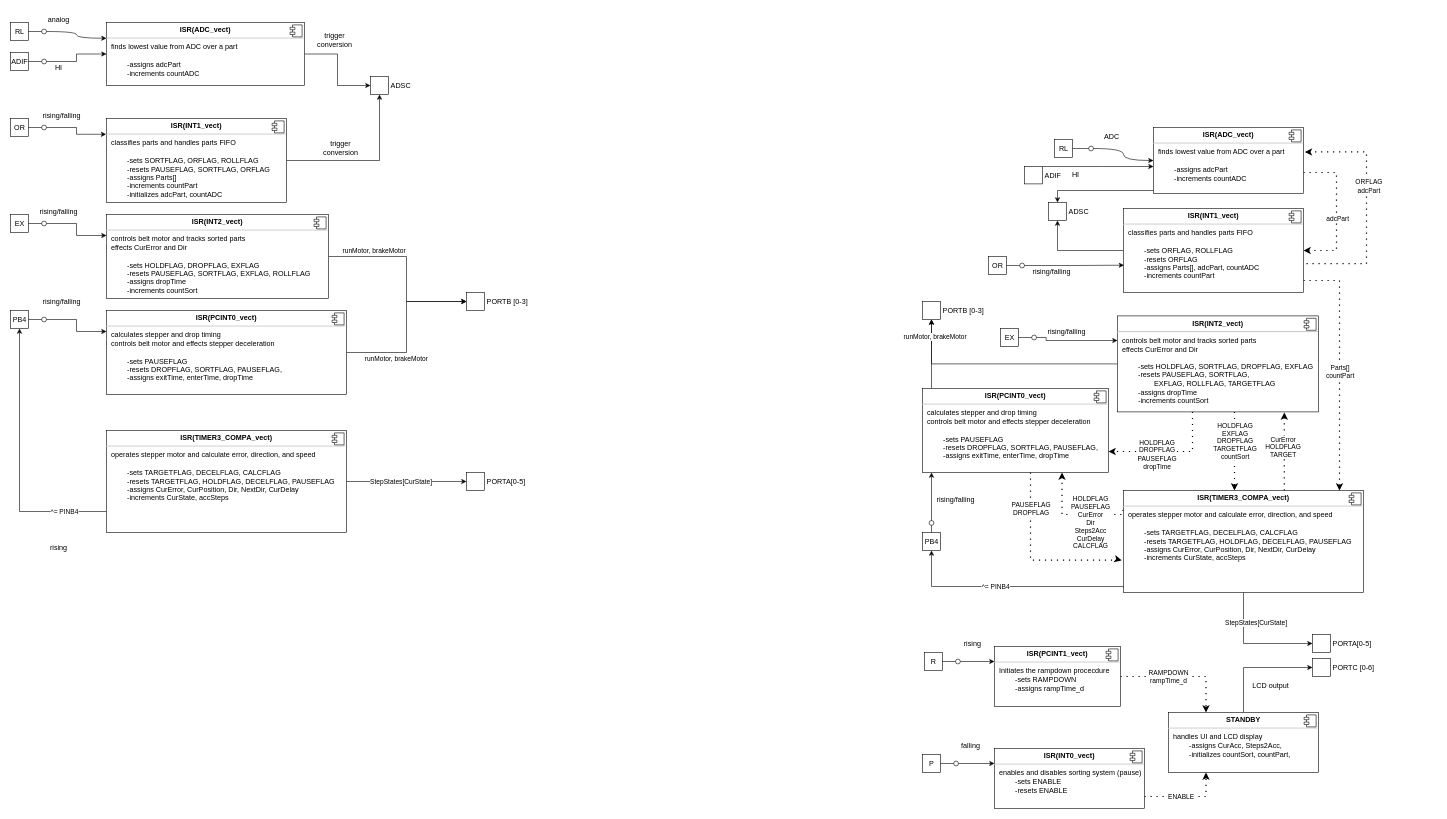
Above: docs/SystemBlockDiagram.drawio in ebertmx/Automated_Sorting_Machine (draw.io), before the change. Source tidied: cells renumbered, new cells numbered last; positions are measured from the earlier drawing's top-left corner, leaving out a move shared by most shapes. Both pictures are drawn from the tidied source at 60%, with x=0, y=0 at pixel (10, 10).
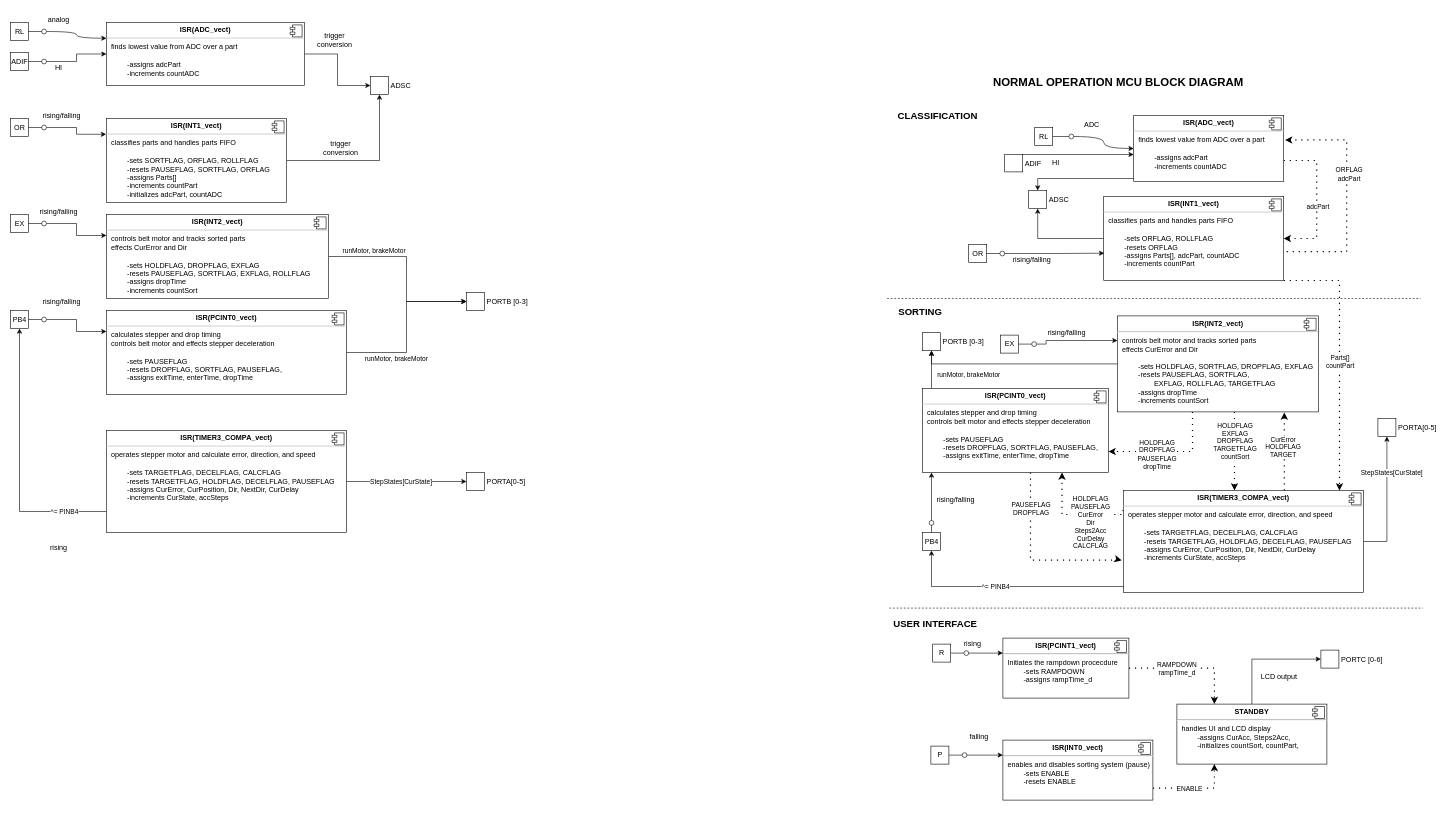
The same page after the edit.

The change refers to these unchanged cells:
```xml
<mxCell id="104" value="&lt;p style=&quot;margin:0px;margin-top:6px;text-align:center;&quot;&gt;&lt;b&gt;ISR(TIMER3_COMPA_vect)&lt;/b&gt;&lt;br&gt;&lt;/p&gt;&lt;hr&gt;&lt;p style=&quot;margin:0px;margin-left:8px;&quot;&gt;operates stepper motor and calculate error, direction, and speed&lt;/p&gt;&lt;p style=&quot;margin:0px;margin-left:8px;&quot;&gt;&lt;br&gt;&lt;/p&gt;&lt;p style=&quot;margin:0px;margin-left:8px;&quot;&gt;&lt;span style=&quot;white-space: pre;&quot;&gt;&#9;&lt;/span&gt;-sets TARGETFLAG, DECELFLAG, CALCFLAG&lt;br&gt;&lt;/p&gt;&lt;p style=&quot;margin:0px;margin-left:8px;&quot;&gt;&lt;span style=&quot;white-space: pre;&quot;&gt;&#9;&lt;/span&gt;-resets TARGETFLAG, HOLDFLAG, DECELFLAG, PAUSEFLAG&lt;br&gt;&lt;/p&gt;&lt;p style=&quot;margin:0px;margin-left:8px;&quot;&gt;&lt;span style=&quot;white-space: pre;&quot;&gt;&#9;&lt;/span&gt;-assigns CurError, CurPosition, Dir, NextDir, CurDelay&lt;br&gt;&lt;/p&gt;&lt;p style=&quot;margin:0px;margin-left:8px;&quot;&gt;&lt;span style=&quot;white-space: pre;&quot;&gt;&#9;&lt;/span&gt;-increments CurState, accSteps&lt;br&gt;&lt;/p&gt;" style="align=left;overflow=fill;html=1;" parent="1" vertex="1">
  <mxGeometry x="1855" y="800" width="400" height="170" as="geometry" />
</mxCell>
<mxCell id="107" style="edgeStyle=orthogonalEdgeStyle;rounded=0;jettySize=auto;html=1;entryX=0.5;entryY=1;entryDx=0;entryDy=0;" parent="1" edge="1" source="111" target="106">
  <mxGeometry relative="1" as="geometry">
    <Array as="points">
      <mxPoint x="1535" y="570" />
      <mxPoint x="1535" y="570" />
    </Array>
  </mxGeometry>
</mxCell>
```

Diff of the diagram source:
```diff
@@
     <mxCell id="14" style="group;rotation=0;" parent="1" vertex="1">
-      <mxGeometry x="1520" y="1240" width="60" height="30" as="geometry" />
+      <mxGeometry x="1534" y="1226" width="60" height="30" as="geometry" />
     </mxCell>
@@
     <mxCell id="18" style="group;rotation=0;" parent="1" vertex="1">
-      <mxGeometry x="1523" y="1070" width="60" height="30" as="geometry" />
+      <mxGeometry x="1537" y="1056" width="60" height="30" as="geometry" />
     </mxCell>
@@
     <mxCell id="37" value="&lt;p style=&quot;margin:0px;margin-top:6px;text-align:center;&quot;&gt;&lt;b&gt;ISR(PCINT1_vect)&lt;/b&gt;&lt;/p&gt;&lt;hr&gt;&lt;p style=&quot;margin:0px;margin-left:8px;&quot;&gt;Initiates the rampdown procecdure&lt;/p&gt;&lt;p style=&quot;margin:0px;margin-left:8px;&quot;&gt;&lt;span style=&quot;white-space: pre;&quot;&gt;&#9;&lt;/span&gt;-sets RAMPDOWN&lt;/p&gt;&lt;p style=&quot;margin:0px;margin-left:8px;&quot;&gt;&lt;span style=&quot;white-space: pre;&quot;&gt;&#9;&lt;/span&gt;-assigns rampTime_d&lt;br&gt;&lt;/p&gt;" style="align=left;overflow=fill;html=1;" parent="1" vertex="1">
-      <mxGeometry x="1640" y="1060" width="210" height="100" as="geometry" />
+      <mxGeometry x="1654" y="1046" width="210" height="100" as="geometry" />
     </mxCell>
@@
     <mxCell id="40" style="edgeStyle=orthogonalEdgeStyle;rounded=0;jettySize=auto;html=1;entryX=0.25;entryY=1;entryDx=0;entryDy=0;dashed=1;dashPattern=1 4;strokeWidth=2;" parent="1" edge="1" source="42" target="46">
       <mxGeometry relative="1" as="geometry">
         <Array as="points">
-          <mxPoint x="1993" y="1310" />
+          <mxPoint x="2007" y="1296" />
         </Array>
       </mxGeometry>
     </mxCell>
@@
     <mxCell id="42" value="&lt;p style=&quot;margin:0px;margin-top:6px;text-align:center;&quot;&gt;&lt;b&gt;ISR(INT0_vect)&lt;/b&gt;&lt;/p&gt;&lt;hr&gt;&lt;p style=&quot;margin:0px;margin-left:8px;&quot;&gt;enables and disables sorting system (pause)&lt;/p&gt;&lt;p style=&quot;margin:0px;margin-left:8px;&quot;&gt;&lt;span style=&quot;white-space: pre;&quot;&gt;&#9;&lt;/span&gt;-sets ENABLE&lt;/p&gt;&lt;p style=&quot;margin:0px;margin-left:8px;&quot;&gt;&lt;span style=&quot;white-space: pre;&quot;&gt;&#9;&lt;/span&gt;-resets ENABLE&lt;/p&gt;&lt;p style=&quot;margin:0px;margin-left:8px;&quot;&gt;&lt;br&gt;&lt;/p&gt;" style="align=left;overflow=fill;html=1;" parent="1" vertex="1">
-      <mxGeometry x="1640" y="1230" width="250" height="100" as="geometry" />
+      <mxGeometry x="1654" y="1216" width="250" height="100" as="geometry" />
     </mxCell>
@@
     <mxCell id="46" value="&lt;p style=&quot;margin:0px;margin-top:6px;text-align:center;&quot;&gt;&lt;b&gt;STANDBY&lt;/b&gt;&lt;/p&gt;&lt;hr&gt;&lt;p style=&quot;margin:0px;margin-left:8px;&quot;&gt;handles UI and LCD display&lt;/p&gt;&lt;p style=&quot;margin:0px;margin-left:8px;&quot;&gt;&lt;span style=&quot;white-space: pre;&quot;&gt;&#9;&lt;/span&gt;-assigns CurAcc, Steps2Acc,&amp;nbsp;&lt;br&gt;&lt;/p&gt;&lt;p style=&quot;margin:0px;margin-left:8px;&quot;&gt;&lt;span style=&quot;white-space: pre;&quot;&gt;&#9;&lt;/span&gt;-initializes countSort, countPart,&amp;nbsp;&lt;br&gt;&lt;/p&gt;" style="align=left;overflow=fill;html=1;" parent="1" vertex="1">
-      <mxGeometry x="1930" y="1170" width="250" height="100" as="geometry" />
+      <mxGeometry x="1944" y="1156" width="250" height="100" as="geometry" />
     </mxCell>
@@
     <mxCell id="70" value="falling" style="text;html=1;align=center;verticalAlign=middle;strokeColor=none;fillColor=none;" parent="1" vertex="1">
-      <mxGeometry x="1575" y="1210" width="50" height="30" as="geometry" />
+      <mxGeometry x="1589" y="1196" width="50" height="30" as="geometry" />
     </mxCell>
@@
     <mxCell id="81" value="PORTC [0-6]" style="fontStyle=0;labelPosition=right;verticalLabelPosition=middle;align=left;verticalAlign=middle;spacingLeft=2;" parent="1" vertex="1">
-      <mxGeometry x="2170" y="1080" width="30" height="30" as="geometry" />
+      <mxGeometry x="2184" y="1066" width="30" height="30" as="geometry" />
     </mxCell>
     <mxCell id="82" value="LCD output" style="text;html=1;align=center;verticalAlign=middle;strokeColor=none;fillColor=none;" parent="1" vertex="1">
-      <mxGeometry x="2060" y="1110" width="80" height="30" as="geometry" />
+      <mxGeometry x="2074" y="1096" width="80" height="30" as="geometry" />
     </mxCell>
     <mxCell id="83" style="group;" parent="1" vertex="1">
-      <mxGeometry x="1650" y="530" width="60" height="30" as="geometry" />
+      <mxGeometry x="1650" y="541" width="60" height="30" as="geometry" />
     </mxCell>
@@
     <mxCell id="95" value="PORTA[0-5]" style="fontStyle=0;labelPosition=right;verticalLabelPosition=middle;align=left;verticalAlign=middle;spacingLeft=2;" parent="1" vertex="1">
-      <mxGeometry x="2170" y="1040" width="30" height="30" as="geometry" />
+      <mxGeometry x="2279" y="680" width="30" height="30" as="geometry" />
     </mxCell>
-    <mxCell id="96" style="edgeStyle=orthogonalEdgeStyle;rounded=0;jettySize=auto;html=1;entryX=0;entryY=0.5;entryDx=0;entryDy=0;" parent="1" edge="1" source="104" target="95">
-      <mxGeometry relative="1" as="geometry" />
+    <mxCell id="96" style="edgeStyle=orthogonalEdgeStyle;rounded=0;jettySize=auto;html=1;entryX=0.5;entryY=1;entryDx=0;entryDy=0;" parent="1" edge="1" source="104" target="95">
+      <mxGeometry relative="1" as="geometry">
+        <Array as="points">
+          <mxPoint x="2294" y="885" />
+        </Array>
+      </mxGeometry>
     </mxCell>
     <mxCell id="97" value="StepStates[CurState]" style="edgeLabel;html=1;align=center;verticalAlign=middle;" parent="96" vertex="1">
       <mxGeometry x="-0.27" y="3" relative="1" as="geometry">
-        <mxPoint x="17" y="-23" as="offset" />
+        <mxPoint x="10" y="-76" as="offset" />
       </mxGeometry>
     </mxCell>
@@
     <mxCell id="106" value="PORTB [0-3]" style="fontStyle=0;labelPosition=right;verticalLabelPosition=middle;align=left;verticalAlign=middle;spacingLeft=2;rotation=0;" parent="1" vertex="1">
-      <mxGeometry x="1520" y="485" width="30" height="30" as="geometry" />
+      <mxGeometry x="1520" y="537" width="30" height="30" as="geometry" />
     </mxCell>
@@
     <mxCell id="108" value="runMotor, brakeMotor" style="edgeLabel;html=1;align=center;verticalAlign=middle;" parent="107" vertex="1">
       <mxGeometry x="-0.41" y="-1" relative="1" as="geometry">
-        <mxPoint x="4" y="-53" as="offset" />
+        <mxPoint x="60" y="-5" as="offset" />
       </mxGeometry>
     </mxCell>
@@
     <mxCell id="117" value="rising/falling" style="text;html=1;align=center;verticalAlign=middle;strokeColor=none;fillColor=none;" parent="1" vertex="1">
-      <mxGeometry x="1715" y="520" width="90" height="30" as="geometry" />
+      <mxGeometry x="1715" y="523" width="90" height="30" as="geometry" />
     </mxCell>
     <mxCell id="118" style="group;" parent="1" vertex="1">
-      <mxGeometry x="1630" y="410" width="60" height="30" as="geometry" />
+      <mxGeometry x="1597" y="390" width="60" height="30" as="geometry" />
     </mxCell>
@@
     <mxCell id="122" style="group;" parent="1" vertex="1">
-      <mxGeometry x="1745" y="215" width="60" height="30" as="geometry" />
+      <mxGeometry x="1712" y="195" width="60" height="30" as="geometry" />
     </mxCell>
@@
     <mxCell id="124" style="edgeStyle=orthogonalEdgeStyle;rounded=0;jettySize=auto;html=1;entryX=1.009;entryY=0.37;entryDx=0;entryDy=0;entryPerimeter=0;strokeWidth=2;dashed=1;dashPattern=1 4;" parent="1" edge="1" target="135">
       <mxGeometry relative="1" as="geometry">
-        <mxPoint x="2150" y="422" as="sourcePoint" />
+        <mxPoint x="2117" y="402" as="sourcePoint" />
         <Array as="points">
-          <mxPoint x="2260" y="422" />
-          <mxPoint x="2260" y="236" />
+          <mxPoint x="2227" y="402" />
+          <mxPoint x="2227" y="216" />
         </Array>
       </mxGeometry>
     </mxCell>
@@
     <mxCell id="129" value="&lt;p style=&quot;margin:0px;margin-top:6px;text-align:center;&quot;&gt;&lt;b&gt;ISR(INT1_vect)&lt;/b&gt;&lt;/p&gt;&lt;hr&gt;&lt;p style=&quot;margin:0px;margin-left:8px;&quot;&gt;classifies parts and handles parts FIFO&lt;/p&gt;&lt;p style=&quot;margin:0px;margin-left:8px;&quot;&gt;&lt;br&gt;&lt;/p&gt;&lt;p style=&quot;margin:0px;margin-left:8px;&quot;&gt;&lt;span style=&quot;background-color: initial;&quot;&gt;&#9;&lt;/span&gt;&lt;span style=&quot;background-color: initial;&quot;&gt;&lt;span style=&quot;white-space: pre;&quot;&gt;&#9;&lt;/span&gt;-sets ORFLAG, ROLLFLAG&lt;/span&gt;&lt;br&gt;&lt;/p&gt;&lt;p style=&quot;margin:0px;margin-left:8px;&quot;&gt;&lt;span style=&quot;background-color: initial;&quot;&gt;&lt;span style=&quot;&quot;&gt;&#9;&lt;/span&gt;&lt;span style=&quot;white-space: pre;&quot;&gt;&#9;&lt;/span&gt;-resets ORFLAG&lt;br&gt;&lt;/span&gt;&lt;/p&gt;&lt;p style=&quot;margin:0px;margin-left:8px;&quot;&gt;&lt;span style=&quot;background-color: initial;&quot;&gt;&lt;span style=&quot;&quot;&gt;&#9;&lt;/span&gt;&lt;span style=&quot;white-space: pre;&quot;&gt;&#9;&lt;/span&gt;-assigns Parts[], adcPart, countADC&lt;br&gt;&lt;/span&gt;&lt;/p&gt;&lt;p style=&quot;margin:0px;margin-left:8px;&quot;&gt;&lt;span style=&quot;background-color: initial;&quot;&gt;&lt;span style=&quot;&quot;&gt;&#9;&lt;/span&gt;&lt;span style=&quot;white-space: pre;&quot;&gt;&#9;&lt;/span&gt;-increments countPart&lt;/span&gt;&lt;/p&gt;" style="align=left;overflow=fill;html=1;" parent="1" vertex="1">
-      <mxGeometry x="1855" y="330" width="300" height="140" as="geometry" />
+      <mxGeometry x="1822" y="310" width="300" height="140" as="geometry" />
     </mxCell>
@@
     <mxCell id="132" style="edgeStyle=orthogonalEdgeStyle;rounded=0;jettySize=auto;html=1;entryX=1;entryY=0.5;entryDx=0;entryDy=0;strokeWidth=2;dashed=1;dashPattern=1 4;" parent="1" edge="1" source="135" target="129">
       <mxGeometry relative="1" as="geometry">
         <Array as="points">
-          <mxPoint x="2210" y="270" />
-          <mxPoint x="2210" y="400" />
+          <mxPoint x="2177" y="250" />
+          <mxPoint x="2177" y="380" />
         </Array>
       </mxGeometry>
     </mxCell>
@@
     <mxCell id="134" style="edgeStyle=orthogonalEdgeStyle;rounded=0;jettySize=auto;html=1;entryX=0.5;entryY=0;entryDx=0;entryDy=0;strokeWidth=1;" parent="1" edge="1" source="135" target="140">
       <mxGeometry relative="1" as="geometry">
         <Array as="points">
-          <mxPoint x="1745" y="300" />
+          <mxPoint x="1712" y="280" />
         </Array>
       </mxGeometry>
     </mxCell>
     <mxCell id="135" value="&lt;p style=&quot;margin:0px;margin-top:6px;text-align:center;&quot;&gt;&lt;b&gt;ISR(ADC_vect)&lt;/b&gt;&lt;/p&gt;&lt;hr&gt;&lt;p style=&quot;margin:0px;margin-left:8px;&quot;&gt;finds lowest value from ADC over a part&lt;/p&gt;&lt;p style=&quot;margin:0px;margin-left:8px;&quot;&gt;&lt;br&gt;&lt;/p&gt;&lt;p style=&quot;margin:0px;margin-left:8px;&quot;&gt;&lt;span style=&quot;background-color: initial;&quot;&gt;&lt;span style=&quot;white-space: pre;&quot;&gt;&#9;&lt;/span&gt;-assigns adcPart&lt;br&gt;&lt;/span&gt;&lt;/p&gt;&lt;p style=&quot;margin:0px;margin-left:8px;&quot;&gt;&lt;span style=&quot;background-color: initial;&quot;&gt;&lt;span style=&quot;white-space: pre;&quot;&gt;&#9;&lt;/span&gt;-increments countADC&lt;br&gt;&lt;/span&gt;&lt;/p&gt;&lt;p style=&quot;margin:0px;margin-left:8px;&quot;&gt;&lt;span style=&quot;background-color: initial;&quot;&gt;&lt;br&gt;&lt;/span&gt;&lt;/p&gt;" style="align=left;overflow=fill;html=1;" parent="1" vertex="1">
-      <mxGeometry x="1905" y="195" width="250" height="110" as="geometry" />
+      <mxGeometry x="1872" y="175" width="250" height="110" as="geometry" />
     </mxCell>
@@
     <mxCell id="138" value="rising/falling" style="text;html=1;align=center;verticalAlign=middle;strokeColor=none;fillColor=none;" parent="1" vertex="1">
-      <mxGeometry x="1690" y="420" width="90" height="30" as="geometry" />
+      <mxGeometry x="1657" y="400" width="90" height="30" as="geometry" />
     </mxCell>
     <mxCell id="139" value="ADC" style="text;html=1;align=center;verticalAlign=middle;strokeColor=none;fillColor=none;" parent="1" vertex="1">
-      <mxGeometry x="1810" y="195" width="50" height="30" as="geometry" />
+      <mxGeometry x="1777" y="175" width="50" height="30" as="geometry" />
     </mxCell>
     <mxCell id="140" value="ADSC" style="fontStyle=0;labelPosition=right;verticalLabelPosition=middle;align=left;verticalAlign=middle;spacingLeft=2;" parent="1" vertex="1">
-      <mxGeometry x="1730" y="320" width="30" height="30" as="geometry" />
+      <mxGeometry x="1697" y="300" width="30" height="30" as="geometry" />
     </mxCell>
     <mxCell id="141" value="HI" style="text;html=1;align=center;verticalAlign=middle;strokeColor=none;fillColor=none;" parent="1" vertex="1">
-      <mxGeometry x="1755" y="259" width="40" height="30" as="geometry" />
+      <mxGeometry x="1722" y="239" width="40" height="30" as="geometry" />
     </mxCell>
@@
     <mxCell id="143" style="edgeStyle=orthogonalEdgeStyle;rounded=0;jettySize=auto;html=1;strokeWidth=1;" parent="1" edge="1" source="144" target="135">
       <mxGeometry relative="1" as="geometry">
         <Array as="points">
-          <mxPoint x="1820" y="260" />
-          <mxPoint x="1820" y="260" />
+          <mxPoint x="1787" y="240" />
+          <mxPoint x="1787" y="240" />
         </Array>
       </mxGeometry>
     </mxCell>
     <mxCell id="144" value="ADIF" style="fontStyle=0;labelPosition=right;verticalLabelPosition=middle;align=left;verticalAlign=middle;spacingLeft=2;" parent="1" vertex="1">
-      <mxGeometry x="1690" y="260" width="30" height="29" as="geometry" />
+      <mxGeometry x="1657" y="240" width="30" height="29" as="geometry" />
     </mxCell>
     <mxCell id="145" value="RL" style="html=1;rounded=0;" parent="1" vertex="1">
-      <mxGeometry x="1740" y="215" width="30" height="30" as="geometry" />
+      <mxGeometry x="1707" y="195" width="30" height="30" as="geometry" />
     </mxCell>
@@
+    <mxCell id="148" style="endArrow=none;dashed=1;html=1;rounded=0;" parent="1" edge="1">
+      <mxGeometry relative="1" as="geometry">
+        <mxPoint x="1461" y="480" as="sourcePoint" />
+        <mxPoint x="2350" y="480" as="targetPoint" />
+      </mxGeometry>
+    </mxCell>
+    <mxCell id="149" style="endArrow=none;dashed=1;html=1;rounded=0;" parent="1" edge="1">
+      <mxGeometry relative="1" as="geometry">
+        <mxPoint x="1465" y="996" as="sourcePoint" />
+        <mxPoint x="2354" y="996" as="targetPoint" />
+      </mxGeometry>
+    </mxCell>
+    <mxCell id="150" value="&lt;font style=&quot;font-size: 16px;&quot;&gt;&lt;b&gt;CLASSIFICATION&lt;/b&gt;&lt;/font&gt;" style="text;html=1;align=center;verticalAlign=middle;strokeColor=none;fillColor=none;" parent="1" vertex="1">
+      <mxGeometry x="1469" y="160" width="151" height="31" as="geometry" />
+    </mxCell>
+    <mxCell id="151" value="&lt;font style=&quot;font-size: 16px;&quot;&gt;&lt;b&gt;SORTING&lt;/b&gt;&lt;/font&gt;" style="text;html=1;align=center;verticalAlign=middle;strokeColor=none;fillColor=none;" parent="1" vertex="1">
+      <mxGeometry x="1470" y="486" width="91" height="31" as="geometry" />
+    </mxCell>
+    <mxCell id="152" value="&lt;font style=&quot;font-size: 16px;&quot;&gt;&lt;b&gt;USER INTERFACE&lt;/b&gt;&lt;/font&gt;" style="text;html=1;align=center;verticalAlign=middle;strokeColor=none;fillColor=none;" parent="1" vertex="1">
+      <mxGeometry x="1462" y="1006" width="158" height="31" as="geometry" />
+    </mxCell>
+    <mxCell id="153" value="&lt;font size=&quot;1&quot; style=&quot;&quot;&gt;&lt;b style=&quot;font-size: 19px;&quot;&gt;NORMAL OPERATION MCU BLOCK DIAGRAM&lt;/b&gt;&lt;/font&gt;" style="text;html=1;align=center;verticalAlign=middle;strokeColor=none;fillColor=none;" parent="1" vertex="1">
+      <mxGeometry x="1628" y="102" width="435" height="35" as="geometry" />
+    </mxCell>
```
